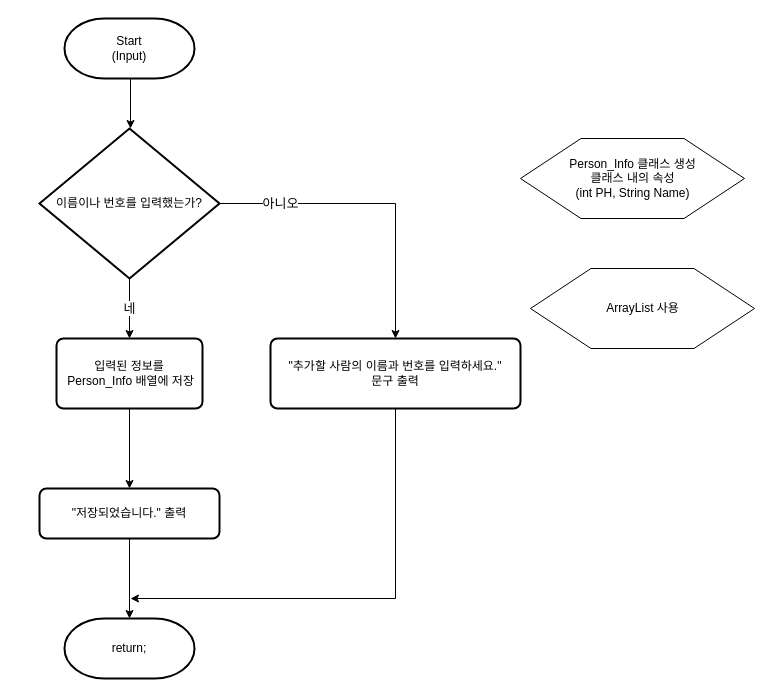
Above: 순서도/Input 기능 순서도_java.drawio in skatld123/PH_list_java (draw.io), before the change. Source tidied: cells renumbered, new cells numbered last; positions are measured from the earlier drawing's top-left corner, leaving out a move shared by most shapes. Both pictures are drawn from the tidied source at 100%, with x=0, y=0 at pixel (39, 18).
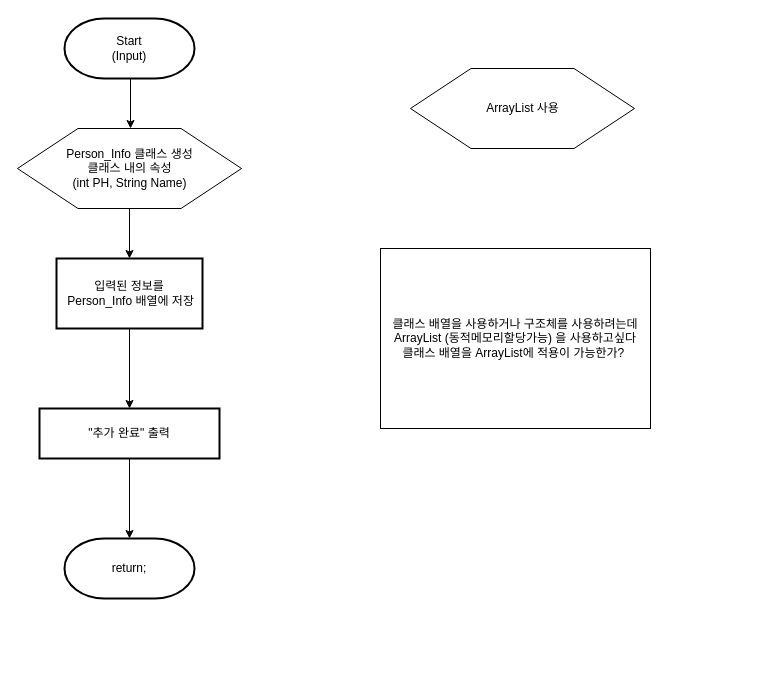
Above is the later version.

Commit message (it also covers changes not shown here):
Input 기능 순서도_java.drawio 업데이트

Diff of the diagram source:
```diff
@@
-    <mxCell id="4" value="입력된 정보를&lt;br&gt;&amp;nbsp;Person_Info 배열에 저장" style="rounded=1;whiteSpace=wrap;html=1;absoluteArcSize=1;arcSize=14;strokeWidth=2;align=center;" parent="1" vertex="1">
-      <mxGeometry x="17" y="320" width="146" height="70" as="geometry" />
+    <mxCell id="4" value="입력된 정보를&lt;br&gt;&amp;nbsp;Person_Info 배열에 저장" style="rounded=1;whiteSpace=wrap;html=1;absoluteArcSize=1;arcSize=0;strokeWidth=2;align=center;" parent="1" vertex="1">
+      <mxGeometry x="17" y="240" width="146" height="70" as="geometry" />
     </mxCell>
@@
-    <mxCell id="6" style="edgeStyle=orthogonalEdgeStyle;rounded=0;jettySize=auto;html=1;exitX=0.5;exitY=1;exitDx=0;exitDy=0;fontSize=13;" parent="1" edge="1" source="7">
-      <mxGeometry relative="1" as="geometry">
-        <mxPoint x="91" y="580" as="targetPoint" />
-        <Array as="points">
-          <mxPoint x="356" y="580" />
-        </Array>
-      </mxGeometry>
-    </mxCell>
-    <mxCell id="7" value="&quot;추가할 사람의 이름과 번호를 입력하세요.&quot;&lt;br&gt;문구 출력" style="rounded=1;whiteSpace=wrap;html=1;absoluteArcSize=1;arcSize=14;strokeWidth=2;" parent="1" vertex="1">
-      <mxGeometry x="231" y="320" width="250" height="70" as="geometry" />
-    </mxCell>
-    <mxCell id="8" value="&lt;font style=&quot;font-size: 13px;&quot;&gt;네&lt;/font&gt;" style="edgeStyle=orthogonalEdgeStyle;rounded=0;jettySize=auto;html=1;entryX=0.5;entryY=0;entryDx=0;entryDy=0;fontSize=13;" parent="1" edge="1" source="10" target="4">
-      <mxGeometry relative="1" as="geometry">
-        <Array as="points">
-          <mxPoint x="90" y="290" />
-          <mxPoint x="90" y="290" />
-        </Array>
-      </mxGeometry>
-    </mxCell>
-    <mxCell id="9" value="아니오" style="edgeStyle=orthogonalEdgeStyle;rounded=0;jettySize=auto;html=1;exitX=1;exitY=0.5;exitDx=0;exitDy=0;exitPerimeter=0;entryX=0.5;entryY=0;entryDx=0;entryDy=0;fontSize=13;" parent="1" edge="1" source="10" target="7">
-      <mxGeometry x="-0.61" relative="1" as="geometry" />
-    </mxCell>
-    <mxCell id="10" value="이름이나 번호를 입력했는가?" style="strokeWidth=2;html=1;shape=mxgraph.flowchart.decision;whiteSpace=wrap;" parent="1" vertex="1">
-      <mxGeometry y="110" width="180" height="150" as="geometry" />
-    </mxCell>
+    <mxCell id="16" style="edgeStyle=orthogonalEdgeStyle;rounded=0;jettySize=auto;html=1;exitX=0.5;exitY=1;exitDx=0;exitDy=0;entryX=0.5;entryY=0;entryDx=0;entryDy=0;" parent="1" edge="1" source="11" target="4">
+      <mxGeometry relative="1" as="geometry" />
+    </mxCell>
     <mxCell id="11" value="Person_Info 클래스 생성&lt;br&gt;클래스 내의 속성&lt;br&gt;(int PH, String Name)" style="verticalLabelPosition=middle;verticalAlign=middle;html=1;shape=hexagon;perimeter=hexagonPerimeter2;arcSize=6;size=0.27;labelPosition=center;align=center;" parent="1" vertex="1">
-      <mxGeometry x="481" y="120" width="224" height="80" as="geometry" />
+      <mxGeometry x="-22" y="110" width="224" height="80" as="geometry" />
     </mxCell>
     <mxCell id="12" value="return;" style="strokeWidth=2;html=1;shape=mxgraph.flowchart.terminator;whiteSpace=wrap;" parent="1" vertex="1">
-      <mxGeometry x="25" y="600" width="130" height="60" as="geometry" />
+      <mxGeometry x="25" y="520" width="130" height="60" as="geometry" />
     </mxCell>
@@
-    <mxCell id="14" value="&quot;저장되었습니다.&quot; 출력" style="rounded=1;whiteSpace=wrap;html=1;absoluteArcSize=1;arcSize=14;strokeWidth=2;" parent="1" vertex="1">
-      <mxGeometry y="470" width="180" height="50" as="geometry" />
+    <mxCell id="14" value="&quot;추가 완료&quot; 출력" style="rounded=1;whiteSpace=wrap;html=1;absoluteArcSize=1;arcSize=0;strokeWidth=2;" parent="1" vertex="1">
+      <mxGeometry y="390" width="180" height="50" as="geometry" />
     </mxCell>
     <mxCell id="15" value="ArrayList 사용" style="verticalLabelPosition=middle;verticalAlign=middle;html=1;shape=hexagon;perimeter=hexagonPerimeter2;arcSize=6;size=0.27;labelPosition=center;align=center;" parent="1" vertex="1">
-      <mxGeometry x="491" y="250" width="224" height="80" as="geometry" />
+      <mxGeometry x="371" y="50" width="224" height="80" as="geometry" />
     </mxCell>
+    <mxCell id="17" value="클래스 배열을 사용하거나 구조체를 사용하려는데&lt;br&gt;ArrayList (동적메모리할당가능) 을 사용하고싶다&lt;br&gt;클래스 배열을 ArrayList에 적용이 가능한가?&amp;nbsp;" style="rounded=0;whiteSpace=wrap;html=1;" parent="1" vertex="1">
+      <mxGeometry x="341" y="230" width="270" height="180" as="geometry" />
+    </mxCell>
```
